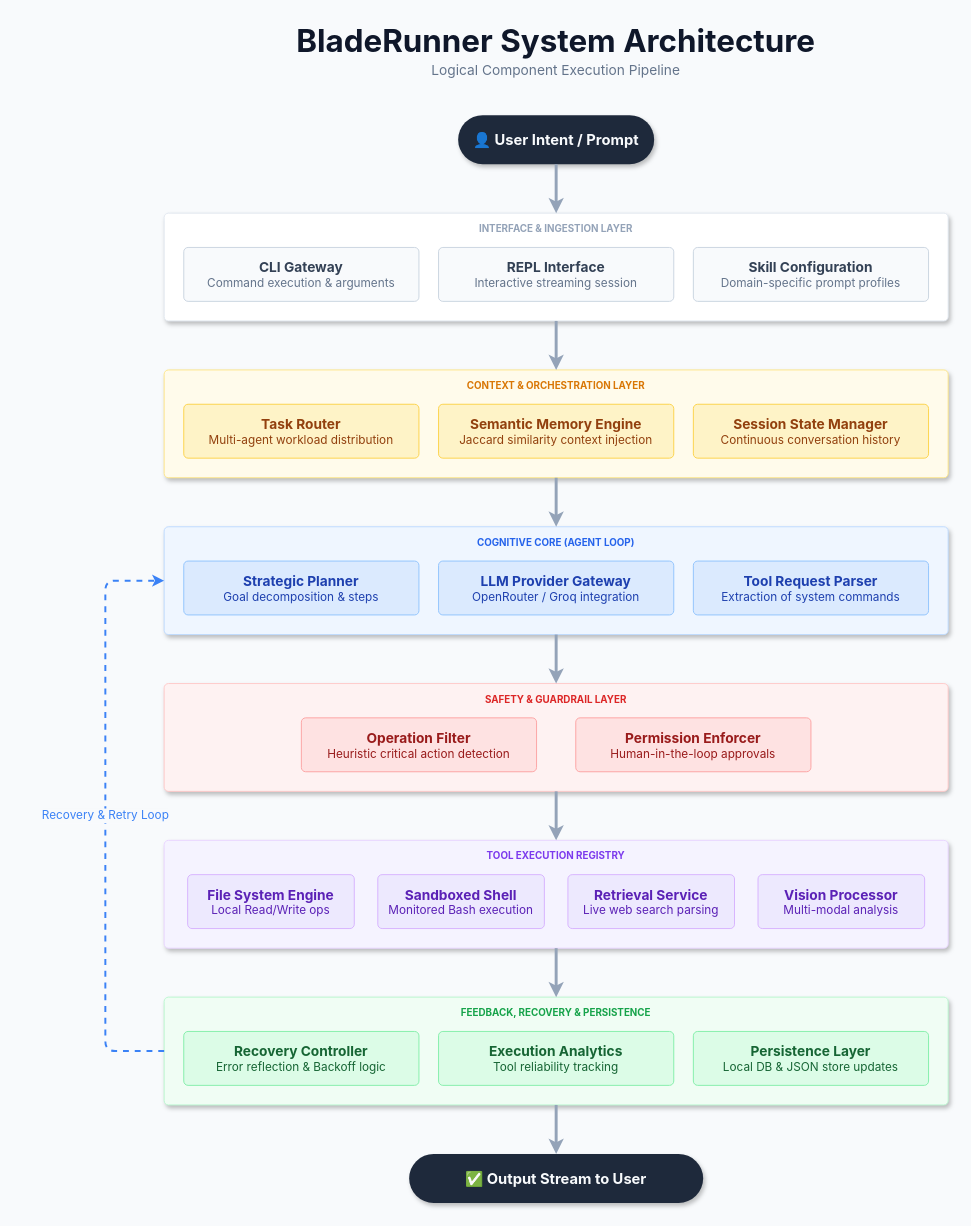
mann-127/BladeRunner keeps this draw.io diagram as ARCHITECTURE.drawio. Above is the earlier version. Source tidied: cells renumbered, new cells numbered last; positions are measured from the earlier drawing's top-left corner, leaving out a move shared by most shapes. Both pictures are drawn from the tidied source at 98%, with x=0, y=0 at pixel (105, 17).
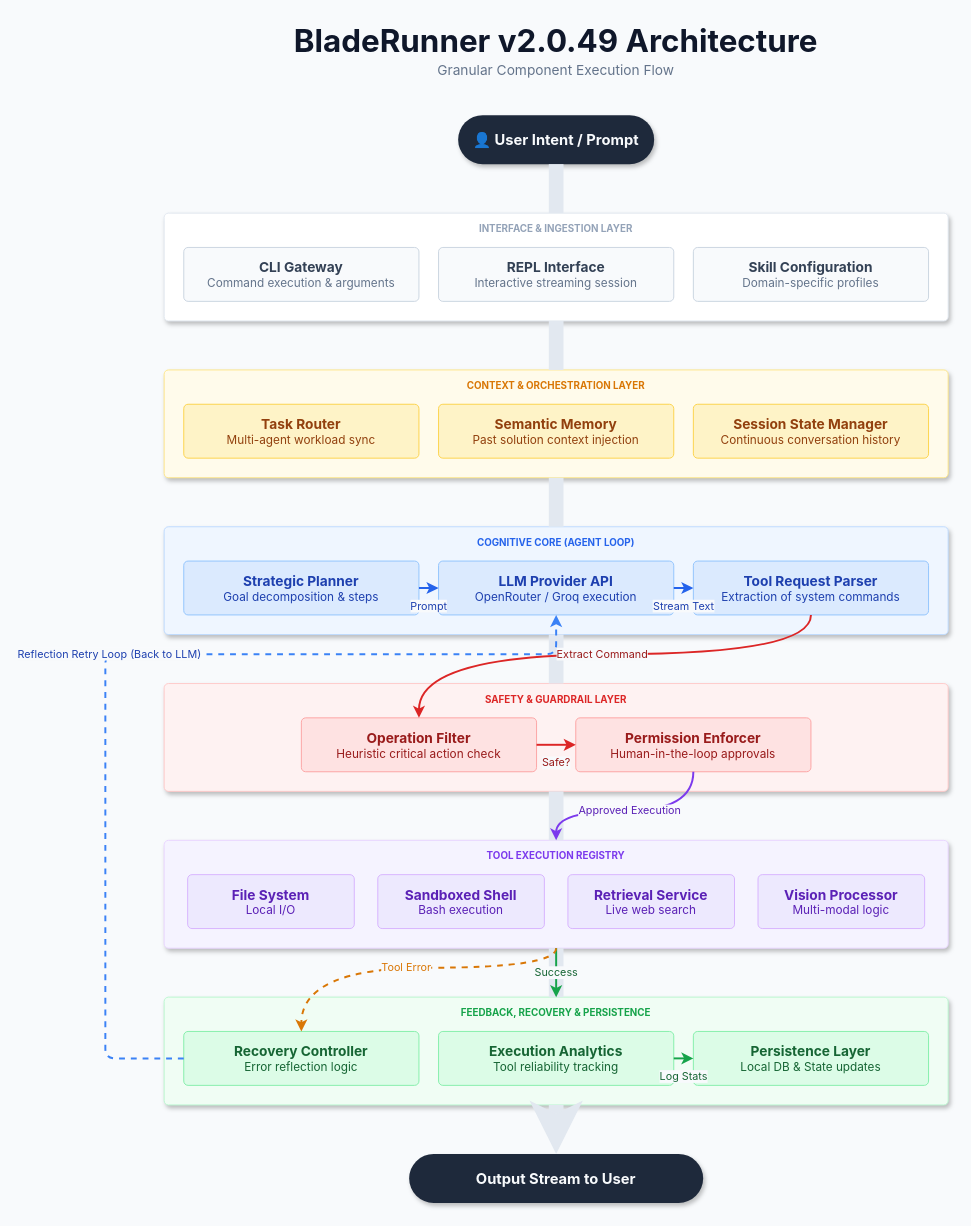
The same diagram, later.

Unchanged cells that the change refers to:
```xml
<mxCell id="17" value="&lt;b style='font-size:14px'&gt;Strategic Planner&lt;/b&gt;&lt;br&gt;&lt;span style='font-size:12px;color:#1E40AF'&gt;Goal decomposition &amp; steps&lt;/span&gt;" style="rounded=1;whiteSpace=wrap;html=1;fillColor=#DBEAFE;strokeColor=#93C5FD;strokeWidth=1;fontColor=#1E40AF;fontFamily=Inter, sans-serif;arcSize=8;align=center;" parent="1" vertex="1">
  <mxGeometry x="80" y="555" width="240" height="55" as="geometry" />
</mxCell>
<mxCell id="19" value="&lt;b style='font-size:14px'&gt;Tool Request Parser&lt;/b&gt;&lt;br&gt;&lt;span style='font-size:12px;color:#1E40AF'&gt;Extraction of system commands&lt;/span&gt;" style="rounded=1;whiteSpace=wrap;html=1;fillColor=#DBEAFE;strokeColor=#93C5FD;strokeWidth=1;fontColor=#1E40AF;fontFamily=Inter, sans-serif;arcSize=8;align=center;" parent="1" vertex="1">
  <mxGeometry x="600" y="555" width="240" height="55" as="geometry" />
</mxCell>
<mxCell id="23" value="&lt;b style='font-size:14px'&gt;Permission Enforcer&lt;/b&gt;&lt;br&gt;&lt;span style='font-size:12px;color:#991B1B'&gt;Human-in-the-loop approvals&lt;/span&gt;" style="rounded=1;whiteSpace=wrap;html=1;fillColor=#FEE2E2;strokeColor=#FCA5A5;strokeWidth=1;fontColor=#991B1B;fontFamily=Inter, sans-serif;arcSize=8;align=center;" parent="1" vertex="1">
  <mxGeometry x="480" y="715" width="240" height="55" as="geometry" />
</mxCell>
<mxCell id="24" style="rounded=1;whiteSpace=wrap;html=1;fillColor=#F5F3FF;strokeColor=#E9D5FF;strokeWidth=1;shadow=1;arcSize=4;" parent="1" vertex="1">
  <mxGeometry x="60" y="840" width="800" height="110" as="geometry" />
</mxCell>
<mxCell id="30" style="rounded=1;whiteSpace=wrap;html=1;fillColor=#F0FDF4;strokeColor=#BBF7D0;strokeWidth=1;shadow=1;arcSize=4;" parent="1" vertex="1">
  <mxGeometry x="60" y="1000" width="800" height="110" as="geometry" />
</mxCell>
<mxCell id="33" value="&lt;b style='font-size:14px'&gt;Execution Analytics&lt;/b&gt;&lt;br&gt;&lt;span style='font-size:12px;color:#166534'&gt;Tool reliability tracking&lt;/span&gt;" style="rounded=1;whiteSpace=wrap;html=1;fillColor=#DCFCE7;strokeColor=#86EFAC;strokeWidth=1;fontColor=#166534;fontFamily=Inter, sans-serif;arcSize=8;align=center;" parent="1" vertex="1">
  <mxGeometry x="340" y="1035" width="240" height="55" as="geometry" />
</mxCell>
```

What changed in the source:
```diff
@@
-    <mxCell id="2" value="BladeRunner System Architecture" style="text;html=1;align=center;verticalAlign=middle;whiteSpace=wrap;rounded=0;fontSize=32;fontStyle=1;fillColor=none;fontColor=#0F172A;fontFamily=Inter, sans-serif;" parent="1" vertex="1">
+    <mxCell id="2" value="BladeRunner v2.0.49 Architecture" style="text;html=1;align=center;verticalAlign=middle;whiteSpace=wrap;rounded=0;fontSize=32;fontStyle=1;fillColor=none;fontColor=#0F172A;fontFamily=Inter, sans-serif;" parent="1" vertex="1">
       <mxGeometry x="60" width="800" height="50" as="geometry" />
     </mxCell>
-    <mxCell id="3" value="Logical Component Execution Pipeline" style="text;html=1;align=center;verticalAlign=middle;whiteSpace=wrap;rounded=0;fontSize=14;fillColor=none;fontColor=#64748B;fontFamily=Inter, sans-serif;letterSpacing=1;" parent="1" vertex="1">
+    <mxCell id="3" value="Granular Component Execution Flow" style="text;html=1;align=center;verticalAlign=middle;whiteSpace=wrap;rounded=0;fontSize=14;fillColor=none;fontColor=#64748B;fontFamily=Inter, sans-serif;letterSpacing=1;" parent="1" vertex="1">
       <mxGeometry x="60" y="40" width="800" height="30" as="geometry" />
     </mxCell>
@@
-    <mxCell id="9" value="&lt;b style='font-size:14px'&gt;Skill Configuration&lt;/b&gt;&lt;br&gt;&lt;span style='font-size:12px;color:#64748B'&gt;Domain-specific prompt profiles&lt;/span&gt;" style="rounded=1;whiteSpace=wrap;html=1;fillColor=#F8FAFC;strokeColor=#CBD5E1;strokeWidth=1;fontColor=#334155;fontFamily=Inter, sans-serif;arcSize=8;align=center;" parent="1" vertex="1">
+    <mxCell id="9" value="&lt;b style='font-size:14px'&gt;Skill Configuration&lt;/b&gt;&lt;br&gt;&lt;span style='font-size:12px;color:#64748B'&gt;Domain-specific profiles&lt;/span&gt;" style="rounded=1;whiteSpace=wrap;html=1;fillColor=#F8FAFC;strokeColor=#CBD5E1;strokeWidth=1;fontColor=#334155;fontFamily=Inter, sans-serif;arcSize=8;align=center;" parent="1" vertex="1">
       <mxGeometry x="600" y="235" width="240" height="55" as="geometry" />
     </mxCell>
@@
-    <mxCell id="12" value="&lt;b style='font-size:14px'&gt;Task Router&lt;/b&gt;&lt;br&gt;&lt;span style='font-size:12px;color:#92400E'&gt;Multi-agent workload distribution&lt;/span&gt;" style="rounded=1;whiteSpace=wrap;html=1;fillColor=#FEF3C7;strokeColor=#FCD34D;strokeWidth=1;fontColor=#92400E;fontFamily=Inter, sans-serif;arcSize=8;align=center;" parent="1" vertex="1">
+    <mxCell id="12" value="&lt;b style='font-size:14px'&gt;Task Router&lt;/b&gt;&lt;br&gt;&lt;span style='font-size:12px;color:#92400E'&gt;Multi-agent workload sync&lt;/span&gt;" style="rounded=1;whiteSpace=wrap;html=1;fillColor=#FEF3C7;strokeColor=#FCD34D;strokeWidth=1;fontColor=#92400E;fontFamily=Inter, sans-serif;arcSize=8;align=center;" parent="1" vertex="1">
       <mxGeometry x="80" y="395" width="240" height="55" as="geometry" />
     </mxCell>
-    <mxCell id="13" value="&lt;b style='font-size:14px'&gt;Semantic Memory Engine&lt;/b&gt;&lt;br&gt;&lt;span style='font-size:12px;color:#92400E'&gt;Jaccard similarity context injection&lt;/span&gt;" style="rounded=1;whiteSpace=wrap;html=1;fillColor=#FEF3C7;strokeColor=#FCD34D;strokeWidth=1;fontColor=#92400E;fontFamily=Inter, sans-serif;arcSize=8;align=center;" parent="1" vertex="1">
+    <mxCell id="13" value="&lt;b style='font-size:14px'&gt;Semantic Memory&lt;/b&gt;&lt;br&gt;&lt;span style='font-size:12px;color:#92400E'&gt;Past solution context injection&lt;/span&gt;" style="rounded=1;whiteSpace=wrap;html=1;fillColor=#FEF3C7;strokeColor=#FCD34D;strokeWidth=1;fontColor=#92400E;fontFamily=Inter, sans-serif;arcSize=8;align=center;" parent="1" vertex="1">
       <mxGeometry x="340" y="395" width="240" height="55" as="geometry" />
     </mxCell>
@@
-    <mxCell id="18" value="&lt;b style='font-size:14px'&gt;LLM Provider Gateway&lt;/b&gt;&lt;br&gt;&lt;span style='font-size:12px;color:#1E40AF'&gt;OpenRouter / Groq integration&lt;/span&gt;" style="rounded=1;whiteSpace=wrap;html=1;fillColor=#DBEAFE;strokeColor=#93C5FD;strokeWidth=1;fontColor=#1E40AF;fontFamily=Inter, sans-serif;arcSize=8;align=center;" parent="1" vertex="1">
+    <mxCell id="18" value="&lt;b style='font-size:14px'&gt;LLM Provider API&lt;/b&gt;&lt;br&gt;&lt;span style='font-size:12px;color:#1E40AF'&gt;OpenRouter / Groq execution&lt;/span&gt;" style="rounded=1;whiteSpace=wrap;html=1;fillColor=#DBEAFE;strokeColor=#93C5FD;strokeWidth=1;fontColor=#1E40AF;fontFamily=Inter, sans-serif;arcSize=8;align=center;" parent="1" vertex="1">
       <mxGeometry x="340" y="555" width="240" height="55" as="geometry" />
     </mxCell>
@@
-    <mxCell id="22" value="&lt;b style='font-size:14px'&gt;Operation Filter&lt;/b&gt;&lt;br&gt;&lt;span style='font-size:12px;color:#991B1B'&gt;Heuristic critical action detection&lt;/span&gt;" style="rounded=1;whiteSpace=wrap;html=1;fillColor=#FEE2E2;strokeColor=#FCA5A5;strokeWidth=1;fontColor=#991B1B;fontFamily=Inter, sans-serif;arcSize=8;align=center;" parent="1" vertex="1">
+    <mxCell id="22" value="&lt;b style='font-size:14px'&gt;Operation Filter&lt;/b&gt;&lt;br&gt;&lt;span style='font-size:12px;color:#991B1B'&gt;Heuristic critical action check&lt;/span&gt;" style="rounded=1;whiteSpace=wrap;html=1;fillColor=#FEE2E2;strokeColor=#FCA5A5;strokeWidth=1;fontColor=#991B1B;fontFamily=Inter, sans-serif;arcSize=8;align=center;" parent="1" vertex="1">
       <mxGeometry x="200" y="715" width="240" height="55" as="geometry" />
     </mxCell>
@@
-    <mxCell id="26" value="&lt;b style='font-size:14px'&gt;File System Engine&lt;/b&gt;&lt;br&gt;&lt;span style='font-size:12px;color:#5B21B6'&gt;Local Read/Write ops&lt;/span&gt;" style="rounded=1;whiteSpace=wrap;html=1;fillColor=#EDE9FE;strokeColor=#D8B4FE;strokeWidth=1;fontColor=#5B21B6;fontFamily=Inter, sans-serif;arcSize=8;align=center;" parent="1" vertex="1">
+    <mxCell id="26" value="&lt;b style='font-size:14px'&gt;File System&lt;/b&gt;&lt;br&gt;&lt;span style='font-size:12px;color:#5B21B6'&gt;Local I/O&lt;/span&gt;" style="rounded=1;whiteSpace=wrap;html=1;fillColor=#EDE9FE;strokeColor=#D8B4FE;strokeWidth=1;fontColor=#5B21B6;fontFamily=Inter, sans-serif;arcSize=8;align=center;" parent="1" vertex="1">
       <mxGeometry x="84" y="875" width="170" height="55" as="geometry" />
     </mxCell>
-    <mxCell id="27" value="&lt;b style='font-size:14px'&gt;Sandboxed Shell&lt;/b&gt;&lt;br&gt;&lt;span style='font-size:12px;color:#5B21B6'&gt;Monitored Bash execution&lt;/span&gt;" style="rounded=1;whiteSpace=wrap;html=1;fillColor=#EDE9FE;strokeColor=#D8B4FE;strokeWidth=1;fontColor=#5B21B6;fontFamily=Inter, sans-serif;arcSize=8;align=center;" parent="1" vertex="1">
+    <mxCell id="27" value="&lt;b style='font-size:14px'&gt;Sandboxed Shell&lt;/b&gt;&lt;br&gt;&lt;span style='font-size:12px;color:#5B21B6'&gt;Bash execution&lt;/span&gt;" style="rounded=1;whiteSpace=wrap;html=1;fillColor=#EDE9FE;strokeColor=#D8B4FE;strokeWidth=1;fontColor=#5B21B6;fontFamily=Inter, sans-serif;arcSize=8;align=center;" parent="1" vertex="1">
       <mxGeometry x="278" y="875" width="170" height="55" as="geometry" />
     </mxCell>
-    <mxCell id="28" value="&lt;b style='font-size:14px'&gt;Retrieval Service&lt;/b&gt;&lt;br&gt;&lt;span style='font-size:12px;color:#5B21B6'&gt;Live web search parsing&lt;/span&gt;" style="rounded=1;whiteSpace=wrap;html=1;fillColor=#EDE9FE;strokeColor=#D8B4FE;strokeWidth=1;fontColor=#5B21B6;fontFamily=Inter, sans-serif;arcSize=8;align=center;" parent="1" vertex="1">
+    <mxCell id="28" value="&lt;b style='font-size:14px'&gt;Retrieval Service&lt;/b&gt;&lt;br&gt;&lt;span style='font-size:12px;color:#5B21B6'&gt;Live web search&lt;/span&gt;" style="rounded=1;whiteSpace=wrap;html=1;fillColor=#EDE9FE;strokeColor=#D8B4FE;strokeWidth=1;fontColor=#5B21B6;fontFamily=Inter, sans-serif;arcSize=8;align=center;" parent="1" vertex="1">
       <mxGeometry x="472" y="875" width="170" height="55" as="geometry" />
     </mxCell>
-    <mxCell id="29" value="&lt;b style='font-size:14px'&gt;Vision Processor&lt;/b&gt;&lt;br&gt;&lt;span style='font-size:12px;color:#5B21B6'&gt;Multi-modal analysis&lt;/span&gt;" style="rounded=1;whiteSpace=wrap;html=1;fillColor=#EDE9FE;strokeColor=#D8B4FE;strokeWidth=1;fontColor=#5B21B6;fontFamily=Inter, sans-serif;arcSize=8;align=center;" parent="1" vertex="1">
+    <mxCell id="29" value="&lt;b style='font-size:14px'&gt;Vision Processor&lt;/b&gt;&lt;br&gt;&lt;span style='font-size:12px;color:#5B21B6'&gt;Multi-modal logic&lt;/span&gt;" style="rounded=1;whiteSpace=wrap;html=1;fillColor=#EDE9FE;strokeColor=#D8B4FE;strokeWidth=1;fontColor=#5B21B6;fontFamily=Inter, sans-serif;arcSize=8;align=center;" parent="1" vertex="1">
       <mxGeometry x="666" y="875" width="170" height="55" as="geometry" />
     </mxCell>
@@
-    <mxCell id="32" value="&lt;b style='font-size:14px'&gt;Recovery Controller&lt;/b&gt;&lt;br&gt;&lt;span style='font-size:12px;color:#166534'&gt;Error reflection &amp; Backoff logic&lt;/span&gt;" style="rounded=1;whiteSpace=wrap;html=1;fillColor=#DCFCE7;strokeColor=#86EFAC;strokeWidth=1;fontColor=#166534;fontFamily=Inter, sans-serif;arcSize=8;align=center;" parent="1" vertex="1">
+    <mxCell id="32" value="&lt;b style='font-size:14px'&gt;Recovery Controller&lt;/b&gt;&lt;br&gt;&lt;span style='font-size:12px;color:#166534'&gt;Error reflection logic&lt;/span&gt;" style="rounded=1;whiteSpace=wrap;html=1;fillColor=#DCFCE7;strokeColor=#86EFAC;strokeWidth=1;fontColor=#166534;fontFamily=Inter, sans-serif;arcSize=8;align=center;" parent="1" vertex="1">
       <mxGeometry x="80" y="1035" width="240" height="55" as="geometry" />
     </mxCell>
@@
-    <mxCell id="34" value="&lt;b style='font-size:14px'&gt;Persistence Layer&lt;/b&gt;&lt;br&gt;&lt;span style='font-size:12px;color:#166534'&gt;Local DB &amp; JSON store updates&lt;/span&gt;" style="rounded=1;whiteSpace=wrap;html=1;fillColor=#DCFCE7;strokeColor=#86EFAC;strokeWidth=1;fontColor=#166534;fontFamily=Inter, sans-serif;arcSize=8;align=center;" parent="1" vertex="1">
+    <mxCell id="34" value="&lt;b style='font-size:14px'&gt;Persistence Layer&lt;/b&gt;&lt;br&gt;&lt;span style='font-size:12px;color:#166534'&gt;Local DB &amp; State updates&lt;/span&gt;" style="rounded=1;whiteSpace=wrap;html=1;fillColor=#DCFCE7;strokeColor=#86EFAC;strokeWidth=1;fontColor=#166534;fontFamily=Inter, sans-serif;arcSize=8;align=center;" parent="1" vertex="1">
       <mxGeometry x="600" y="1035" width="240" height="55" as="geometry" />
     </mxCell>
-    <mxCell id="35" value="✅ Output Stream to User" style="rounded=1;whiteSpace=wrap;html=1;fillColor=#1E293B;strokeColor=none;fontSize=15;fontStyle=1;fontColor=#F8FAFC;fontFamily=Inter, sans-serif;shadow=1;arcSize=50;" parent="1" vertex="1">
+    <mxCell id="35" value="Output Stream to User" style="rounded=1;whiteSpace=wrap;html=1;fillColor=#1E293B;strokeColor=none;fontSize=15;fontStyle=1;fontColor=#F8FAFC;fontFamily=Inter, sans-serif;shadow=1;arcSize=50;" parent="1" vertex="1">
       <mxGeometry x="310" y="1160" width="300" height="50" as="geometry" />
     </mxCell>
-    <mxCell id="36" style="endArrow=classic;html=1;strokeColor=#94A3B8;strokeWidth=3;" parent="1" edge="1">
+    <mxCell id="36" style="endArrow=none;html=1;strokeColor=#E2E8F0;strokeWidth=15;" parent="1" edge="1">
       <mxGeometry relative="1" as="geometry">
         <mxPoint x="460" y="150" as="sourcePoint" />
         <mxPoint x="460" y="200" as="targetPoint" />
       </mxGeometry>
     </mxCell>
-    <mxCell id="37" style="endArrow=classic;html=1;strokeColor=#94A3B8;strokeWidth=3;" parent="1" edge="1">
+    <mxCell id="37" style="endArrow=none;html=1;strokeColor=#E2E8F0;strokeWidth=15;" parent="1" edge="1">
       <mxGeometry relative="1" as="geometry">
         <mxPoint x="460" y="310" as="sourcePoint" />
         <mxPoint x="460" y="360" as="targetPoint" />
       </mxGeometry>
     </mxCell>
-    <mxCell id="38" style="endArrow=classic;html=1;strokeColor=#94A3B8;strokeWidth=3;" parent="1" edge="1">
+    <mxCell id="38" style="endArrow=none;html=1;strokeColor=#E2E8F0;strokeWidth=15;" parent="1" edge="1">
       <mxGeometry relative="1" as="geometry">
         <mxPoint x="460" y="470" as="sourcePoint" />
         <mxPoint x="460" y="520" as="targetPoint" />
       </mxGeometry>
     </mxCell>
-    <mxCell id="39" style="endArrow=classic;html=1;strokeColor=#94A3B8;strokeWidth=3;" parent="1" edge="1">
+    <mxCell id="39" style="endArrow=none;html=1;strokeColor=#E2E8F0;strokeWidth=15;" parent="1" edge="1">
       <mxGeometry relative="1" as="geometry">
         <mxPoint x="460" y="630" as="sourcePoint" />
         <mxPoint x="460" y="680" as="targetPoint" />
       </mxGeometry>
     </mxCell>
-    <mxCell id="40" style="endArrow=classic;html=1;strokeColor=#94A3B8;strokeWidth=3;" parent="1" edge="1">
+    <mxCell id="40" style="endArrow=none;html=1;strokeColor=#E2E8F0;strokeWidth=15;" parent="1" edge="1">
       <mxGeometry relative="1" as="geometry">
         <mxPoint x="460" y="790" as="sourcePoint" />
         <mxPoint x="460" y="840" as="targetPoint" />
       </mxGeometry>
     </mxCell>
-    <mxCell id="41" style="endArrow=classic;html=1;strokeColor=#94A3B8;strokeWidth=3;" parent="1" edge="1">
+    <mxCell id="41" style="endArrow=none;html=1;strokeColor=#E2E8F0;strokeWidth=15;" parent="1" edge="1">
       <mxGeometry relative="1" as="geometry">
         <mxPoint x="460" y="950" as="sourcePoint" />
         <mxPoint x="460" y="1000" as="targetPoint" />
       </mxGeometry>
     </mxCell>
-    <mxCell id="42" style="endArrow=classic;html=1;strokeColor=#94A3B8;strokeWidth=3;" parent="1" edge="1">
+    <mxCell id="42" style="endArrow=classic;html=1;strokeColor=#E2E8F0;strokeWidth=15;" parent="1" edge="1">
       <mxGeometry relative="1" as="geometry">
         <mxPoint x="460" y="1110" as="sourcePoint" />
         <mxPoint x="460" y="1160" as="targetPoint" />
       </mxGeometry>
     </mxCell>
+    <mxCell id="44" value="Prompt" style="endArrow=classic;html=1;strokeColor=#2563EB;strokeWidth=2;edgeStyle=orthogonalEdgeStyle;curved=1;fontFamily=Inter, sans-serif;fontSize=11;fontColor=#1E40AF;labelBackgroundColor=#F8FAFC;" parent="1" edge="1" source="17" target="18">
+      <mxGeometry y="-17" relative="1" as="geometry">
+        <mxPoint y="1" as="offset" />
+      </mxGeometry>
+    </mxCell>
+    <mxCell id="45" value="Stream Text" style="endArrow=classic;html=1;strokeColor=#2563EB;strokeWidth=2;edgeStyle=orthogonalEdgeStyle;curved=1;fontFamily=Inter, sans-serif;fontSize=11;fontColor=#1E40AF;labelBackgroundColor=#F8FAFC;" parent="1" edge="1" source="18" target="19">
+      <mxGeometry y="-17" relative="1" as="geometry">
+        <mxPoint y="1" as="offset" />
+      </mxGeometry>
+    </mxCell>
+    <mxCell id="46" value="Extract Command" style="endArrow=classic;html=1;strokeColor=#DC2626;strokeWidth=2;edgeStyle=orthogonalEdgeStyle;curved=1;fontFamily=Inter, sans-serif;fontSize=11;fontColor=#991B1B;labelBackgroundColor=#F8FAFC;" parent="1" edge="1" source="19" target="22">
+      <mxGeometry relative="1" as="geometry">
+        <Array as="points">
+          <mxPoint x="720" y="650" />
+          <mxPoint x="320" y="650" />
+        </Array>
+      </mxGeometry>
+    </mxCell>
+    <mxCell id="47" value="Safe?" style="endArrow=classic;html=1;strokeColor=#DC2626;strokeWidth=2;edgeStyle=orthogonalEdgeStyle;curved=1;fontFamily=Inter, sans-serif;fontSize=11;fontColor=#991B1B;labelBackgroundColor=#F8FAFC;" parent="1" edge="1" source="22" target="23">
+      <mxGeometry y="-17" relative="1" as="geometry">
+        <mxPoint y="1" as="offset" />
+      </mxGeometry>
+    </mxCell>
+    <mxCell id="48" value="Approved Execution" style="endArrow=classic;html=1;strokeColor=#7C3AED;strokeWidth=2;edgeStyle=orthogonalEdgeStyle;curved=1;fontFamily=Inter, sans-serif;fontSize=11;fontColor=#5B21B6;labelBackgroundColor=#F8FAFC;" parent="1" edge="1" source="23" target="24">
+      <mxGeometry relative="1" as="geometry">
+        <Array as="points">
+          <mxPoint x="600" y="810" />
+          <mxPoint x="460" y="810" />
+        </Array>
+      </mxGeometry>
+    </mxCell>
+    <mxCell id="49" value="Success" style="endArrow=classic;html=1;strokeColor=#16A34A;strokeWidth=2;edgeStyle=orthogonalEdgeStyle;curved=1;fontFamily=Inter, sans-serif;fontSize=11;fontColor=#166534;labelBackgroundColor=#F8FAFC;entryX=0.5;entryY=0;entryDx=0;entryDy=0;" parent="1" edge="1" source="24" target="30">
+      <mxGeometry relative="1" as="geometry" />
+    </mxCell>
+    <mxCell id="50" value="Log Stats" style="endArrow=classic;html=1;strokeColor=#16A34A;strokeWidth=2;edgeStyle=orthogonalEdgeStyle;curved=1;fontFamily=Inter, sans-serif;fontSize=11;fontColor=#166534;labelBackgroundColor=#F8FAFC;" parent="1" edge="1" source="33" target="34">
+      <mxGeometry y="-17" relative="1" as="geometry">
+        <mxPoint y="1" as="offset" />
+      </mxGeometry>
+    </mxCell>
+    <mxCell id="51" value="Tool Error" style="endArrow=classic;html=1;strokeColor=#D97706;strokeWidth=2;edgeStyle=orthogonalEdgeStyle;curved=1;fontFamily=Inter, sans-serif;fontSize=11;fontColor=#D97706;labelBackgroundColor=#F8FAFC;dashed=1;exitX=0.5;exitY=1;exitDx=0;exitDy=0;" parent="1" edge="1" source="24" target="32">
+      <mxGeometry relative="1" as="geometry">
+        <Array as="points">
+          <mxPoint x="460" y="970" />
+          <mxPoint x="200" y="970" />
+        </Array>
+      </mxGeometry>
+    </mxCell>
-    <mxCell id="43" value="Recovery &amp; Retry Loop" style="endArrow=classic;html=1;strokeColor=#3B82F6;strokeWidth=2;dashed=1;edgeStyle=orthogonalEdgeStyle;rounded=1;fontFamily=Inter, sans-serif;fontSize=12;fontColor=#3B82F6;labelBackgroundColor=#F8FAFC;" parent="1" edge="1">
+    <mxCell id="43" value="Reflection Retry Loop (Back to LLM)" style="endArrow=classic;html=1;strokeColor=#3B82F6;strokeWidth=2;dashed=1;edgeStyle=orthogonalEdgeStyle;rounded=1;fontFamily=Inter, sans-serif;fontSize=11;fontColor=#1E40AF;labelBackgroundColor=#F8FAFC;entryX=0.5;entryY=1;entryDx=0;entryDy=0;" parent="1" edge="1" source="32" target="18">
       <mxGeometry relative="1" as="geometry">
-        <mxPoint x="60" y="1055" as="sourcePoint" />
-        <mxPoint x="60" y="575" as="targetPoint" />
         <Array as="points">
-          <mxPoint y="1055" />
-          <mxPoint y="575" />
+          <mxPoint y="1063" />
+          <mxPoint y="650" />
+          <mxPoint x="460" y="650" />
         </Array>
       </mxGeometry>
     </mxCell>
```
